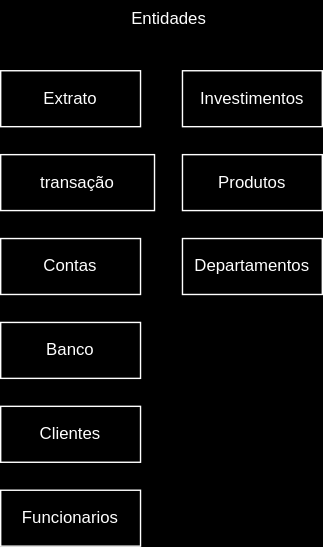
Earlier version of the draw.io export DER.drawio.svg (joaovitor644/BD_Activity). Source tidied: cells renumbered, new cells last; positions are measured from the earlier drawing's top-left corner, leaving out a move shared by most shapes.
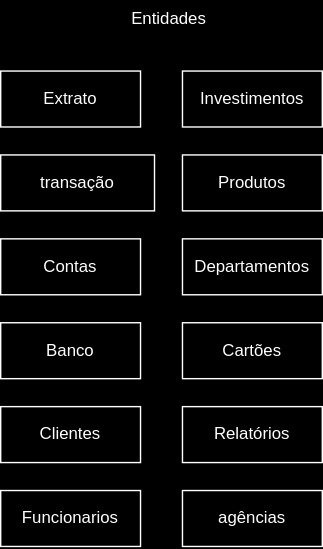
After the commit.

The edit, as a diff of the source:
```diff
@@ -32,5 +32,14 @@
     <mxCell id="11" value="&lt;div&gt;Entidades&lt;/div&gt;&lt;div&gt;&lt;br&gt;&lt;/div&gt;" style="text;html=1;align=center;verticalAlign=middle;strokeColor=none;fillColor=none;" parent="1" vertex="1">
       <mxGeometry x="80" width="80" height="40" as="geometry" />
     </mxCell>
+    <mxCell id="12" value="&lt;div&gt;Cartões&lt;/div&gt;" style="whiteSpace=wrap;html=1;align=center;" parent="1" vertex="1">
+      <mxGeometry x="130" y="230" width="100" height="40" as="geometry" />
+    </mxCell>
+    <mxCell id="13" value="&lt;div&gt;Relatórios&lt;/div&gt;" style="whiteSpace=wrap;html=1;align=center;" parent="1" vertex="1">
+      <mxGeometry x="130" y="290" width="100" height="40" as="geometry" />
+    </mxCell>
+    <mxCell id="14" value="&lt;div&gt;&lt;br&gt;&lt;/div&gt;&lt;div&gt;agências&lt;/div&gt;&lt;div&gt;&lt;br&gt;&lt;/div&gt;" style="whiteSpace=wrap;html=1;align=center;" parent="1" vertex="1">
+      <mxGeometry x="130" y="350" width="100" height="40" as="geometry" />
+    </mxCell>
   </root>
 </mxGraphModel>
```
